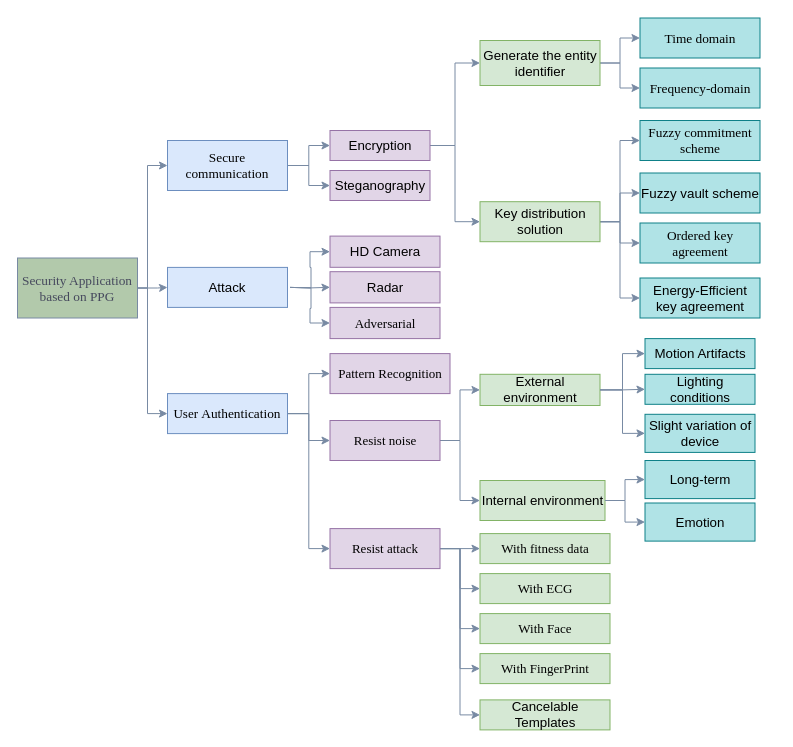
NasTul/Diagrams keeps this draw.io diagram as classDiagram.drawio. Above is the earlier version. Source tidied: cells renumbered, new cells numbered last; positions are measured from the earlier drawing's top-left corner, leaving out a move shared by most shapes. Both pictures are drawn from the tidied source at 100%, with x=0, y=0 at pixel (17, 18).
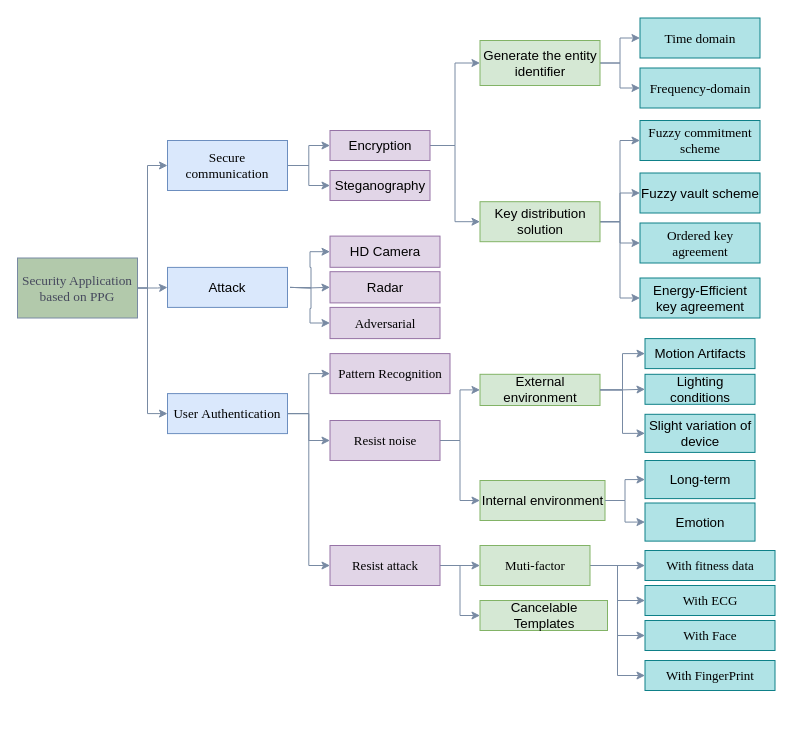
The same page after the edit.

The change refers to these unchanged cells:
```xml
<mxCell id="45" value="&lt;font face=&quot;Times New Roman&quot;&gt;User&amp;nbsp;&lt;span style=&quot;font-size: 10pt&quot;&gt;Authentication&lt;/span&gt;&lt;/font&gt;" style="rounded=0;whiteSpace=wrap;html=1;fontSize=13;fillColor=#dae8fc;strokeColor=#6c8ebf;" parent="1" vertex="1">
  <mxGeometry x="150" y="375.1" width="120" height="40" as="geometry" />
</mxCell>
```

Change to the diagram source:
```diff
@@
-    <mxCell id="44" style="edgeStyle=orthogonalEdgeStyle;rounded=0;jettySize=auto;html=1;entryX=0;entryY=0.5;entryDx=0;entryDy=0;strokeColor=#788AA3;" parent="1" edge="1" source="45" target="52">
-      <mxGeometry relative="1" as="geometry" />
-    </mxCell>
+    <mxCell id="65" style="edgeStyle=orthogonalEdgeStyle;jettySize=auto;html=1;entryX=0;entryY=0.5;entryDx=0;entryDy=0;shadow=0;fillColor=#dae8fc;rounded=0;strokeColor=#788AA3;" parent="1" edge="1" source="45" target="68">
+      <mxGeometry relative="1" as="geometry" />
+    </mxCell>
@@
-    <mxCell id="51" style="edgeStyle=orthogonalEdgeStyle;rounded=0;jettySize=auto;html=1;strokeColor=#788AA3;entryX=0;entryY=0.5;entryDx=0;entryDy=0;" parent="1" edge="1" source="52" target="64">
-      <mxGeometry relative="1" as="geometry" />
-    </mxCell>
-    <mxCell id="52" value="&lt;font face=&quot;Times New Roman&quot;&gt;Resist attack&lt;/font&gt;" style="rounded=0;whiteSpace=wrap;html=1;fontSize=13;fillColor=#e1d5e7;strokeColor=#9673a6;" parent="1" vertex="1">
-      <mxGeometry x="312.5" y="510.1" width="110" height="40" as="geometry" />
+    <mxCell id="52" value="&lt;font face=&quot;Times New Roman&quot;&gt;Muti-factor&lt;/font&gt;" style="rounded=0;whiteSpace=wrap;html=1;fontSize=13;fillColor=#d5e8d4;strokeColor=#82b366;" parent="1" vertex="1">
+      <mxGeometry x="462.5" y="527" width="110" height="40" as="geometry" />
     </mxCell>
@@
-    <mxCell id="55" value="&lt;font face=&quot;Times New Roman&quot;&gt;With&amp;nbsp;fitness data&lt;/font&gt;" style="whiteSpace=wrap;html=1;rounded=0;fontSize=13;strokeColor=#82b366;fillColor=#d5e8d4;" parent="1" vertex="1">
-      <mxGeometry x="462.5" y="515.1" width="130" height="30" as="geometry" />
+    <mxCell id="55" value="&lt;font face=&quot;Times New Roman&quot;&gt;With&amp;nbsp;fitness data&lt;/font&gt;" style="whiteSpace=wrap;html=1;rounded=0;fontSize=13;strokeColor=#0e8088;fillColor=#b0e3e6;" parent="1" vertex="1">
+      <mxGeometry x="627.5" y="532" width="130" height="30" as="geometry" />
     </mxCell>
-    <mxCell id="56" value="&lt;font face=&quot;Times New Roman&quot;&gt;With&amp;nbsp;ECG&lt;/font&gt;" style="whiteSpace=wrap;html=1;rounded=0;fontSize=13;strokeColor=#82b366;fillColor=#d5e8d4;" parent="1" vertex="1">
-      <mxGeometry x="462.5" y="555.1" width="130" height="30" as="geometry" />
+    <mxCell id="56" value="&lt;font face=&quot;Times New Roman&quot;&gt;With&amp;nbsp;ECG&lt;/font&gt;" style="whiteSpace=wrap;html=1;rounded=0;fontSize=13;strokeColor=#0e8088;fillColor=#b0e3e6;" parent="1" vertex="1">
+      <mxGeometry x="627.5" y="567" width="130" height="30" as="geometry" />
     </mxCell>
-    <mxCell id="57" value="&lt;font face=&quot;Times New Roman&quot;&gt;With&amp;nbsp;Face&lt;/font&gt;" style="whiteSpace=wrap;html=1;rounded=0;fontSize=13;strokeColor=#82b366;fillColor=#d5e8d4;" parent="1" vertex="1">
-      <mxGeometry x="462.5" y="595.1" width="130" height="30" as="geometry" />
+    <mxCell id="57" value="&lt;font face=&quot;Times New Roman&quot;&gt;With&amp;nbsp;Face&lt;/font&gt;" style="whiteSpace=wrap;html=1;rounded=0;fontSize=13;strokeColor=#0e8088;fillColor=#b0e3e6;" parent="1" vertex="1">
+      <mxGeometry x="627.5" y="602" width="130" height="30" as="geometry" />
     </mxCell>
-    <mxCell id="58" value="&lt;font face=&quot;Times New Roman&quot;&gt;With&amp;nbsp;FingerPrint&lt;/font&gt;" style="whiteSpace=wrap;html=1;rounded=0;fontSize=13;strokeColor=#82b366;fillColor=#d5e8d4;" parent="1" vertex="1">
-      <mxGeometry x="462.5" y="635.1" width="130" height="30" as="geometry" />
+    <mxCell id="58" value="&lt;font face=&quot;Times New Roman&quot;&gt;With&amp;nbsp;FingerPrint&lt;/font&gt;" style="whiteSpace=wrap;html=1;rounded=0;fontSize=13;strokeColor=#0e8088;fillColor=#b0e3e6;" parent="1" vertex="1">
+      <mxGeometry x="627.5" y="642" width="130" height="30" as="geometry" />
     </mxCell>
@@
     <mxCell id="64" value="&lt;span style=&quot;font-family: &amp;#34;noto_regular&amp;#34; ; font-size: 10pt&quot;&gt;Cancelable Templates&lt;/span&gt;" style="rounded=0;whiteSpace=wrap;html=1;fillColor=#d5e8d4;strokeColor=#82b366;" parent="1" vertex="1">
-      <mxGeometry x="462.5" y="681.4" width="130" height="30" as="geometry" />
+      <mxGeometry x="462.5" y="582" width="127.5" height="30" as="geometry" />
     </mxCell>
+    <mxCell id="66" style="edgeStyle=orthogonalEdgeStyle;rounded=0;jettySize=auto;html=1;entryX=0;entryY=0.5;entryDx=0;entryDy=0;shadow=0;fillColor=#dae8fc;strokeColor=#788AA3;" parent="1" edge="1" source="68" target="52">
+      <mxGeometry relative="1" as="geometry" />
+    </mxCell>
+    <mxCell id="67" style="edgeStyle=orthogonalEdgeStyle;rounded=0;jettySize=auto;html=1;entryX=0;entryY=0.5;entryDx=0;entryDy=0;shadow=0;fillColor=#dae8fc;strokeColor=#788AA3;" parent="1" edge="1" source="68" target="64">
+      <mxGeometry relative="1" as="geometry" />
+    </mxCell>
+    <mxCell id="68" value="&lt;font face=&quot;Times New Roman&quot;&gt;Resist attack&lt;/font&gt;" style="rounded=0;whiteSpace=wrap;html=1;fontSize=13;fillColor=#e1d5e7;strokeColor=#9673a6;" parent="1" vertex="1">
+      <mxGeometry x="312.5" y="527" width="110" height="40" as="geometry" />
+    </mxCell>
```
